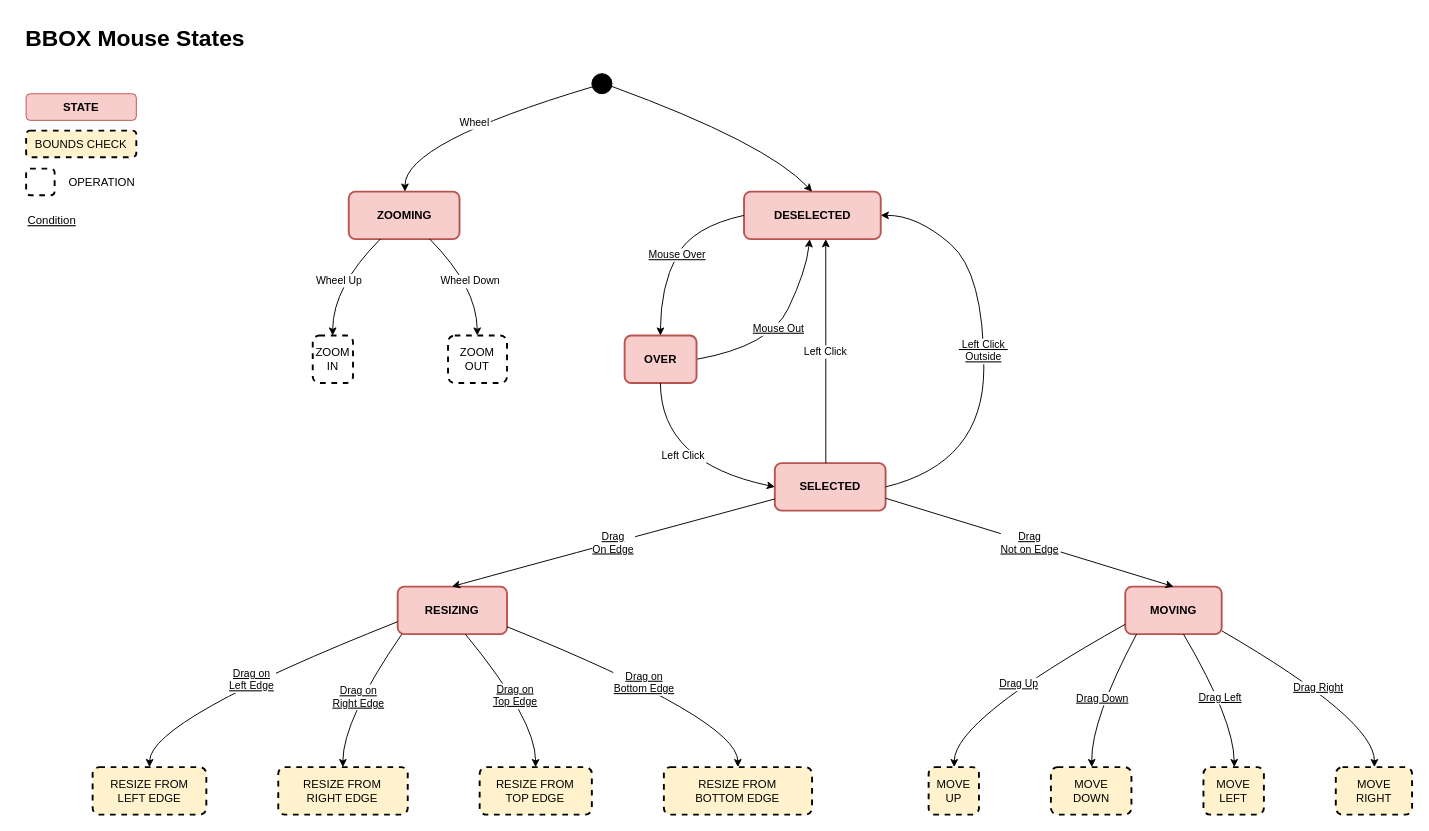
grymmjack/img2ans keeps this draw.io diagram as resources/notes/BBOX-state-diag-mouse.drawio. Above is the earlier version. Source tidied: cells renumbered, new cells numbered last; positions are measured from the earlier drawing's top-left corner, leaving out a move shared by most shapes. Both pictures are drawn from the tidied source at 95%, with x=0, y=0 at pixel (16, 16).
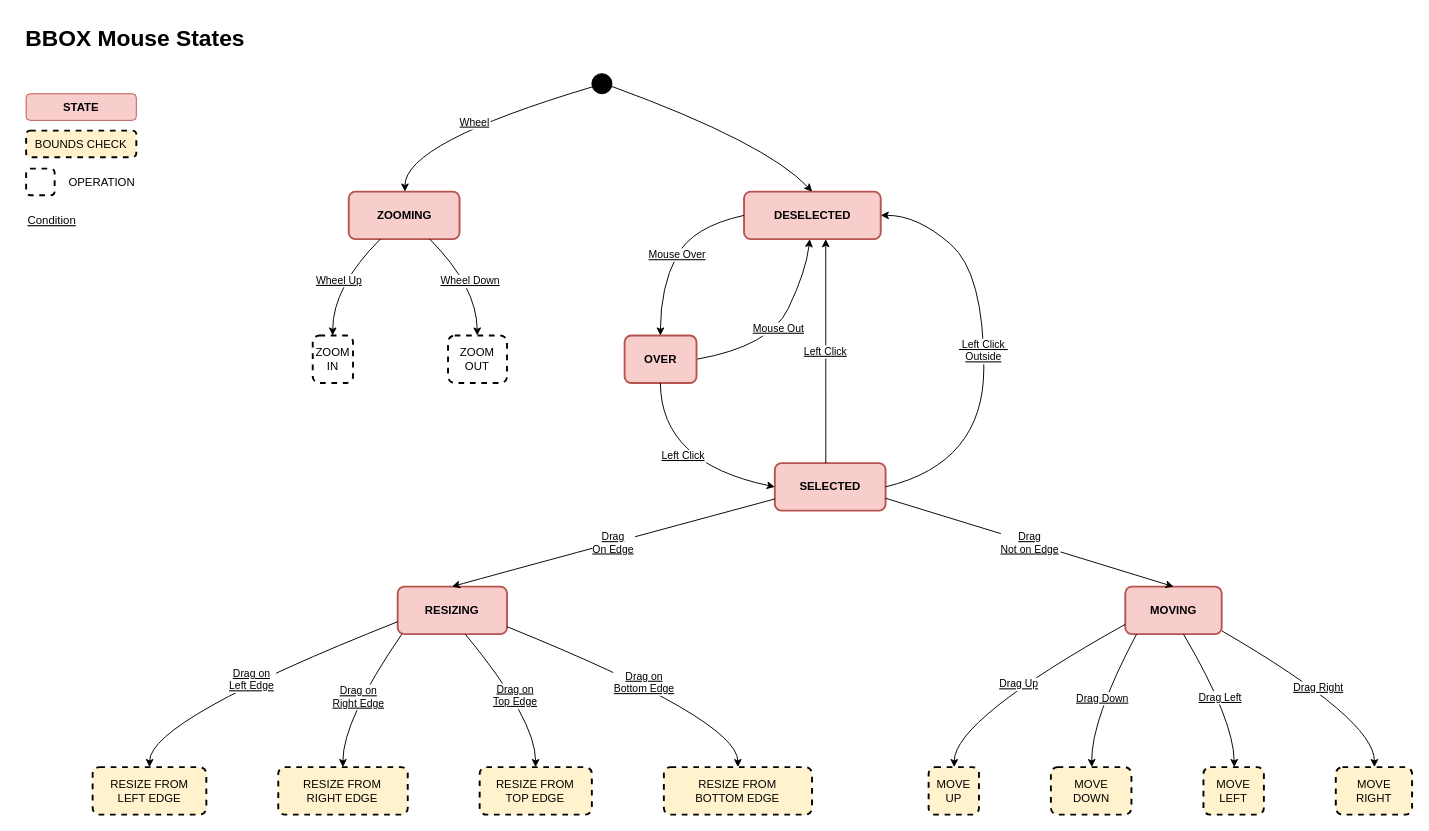
The same diagram, later.

Commit message:
Conditions added to BBOX Mouse States

The change refers to these unchanged cells:
```xml
<mxCell id="3" style="group;" parent="1" vertex="1">
  <mxGeometry x="80" y="60" width="1341.9" height="780" as="geometry" />
</mxCell>
<mxCell id="4" style="ellipse;fillColor=strokeColor;" parent="3" vertex="1">
  <mxGeometry x="525.5" width="21.2" height="21.2" as="geometry" />
</mxCell>
<mxCell id="5" value="ZOOMING" style="rounded=1;absoluteArcSize=1;arcSize=14;whiteSpace=wrap;strokeWidth=2;fillColor=#f8cecc;strokeColor=#b85450;fontStyle=1;" parent="3" vertex="1">
  <mxGeometry x="269.6" y="124.2" width="116.6" height="50" as="geometry" />
</mxCell>
<mxCell id="6" value="ZOOM&#10;IN" style="rounded=1;absoluteArcSize=1;arcSize=14;whiteSpace=wrap;strokeWidth=2;dashed=1;" parent="3" vertex="1">
  <mxGeometry x="231.7" y="275.7" width="42.4" height="50" as="geometry" />
</mxCell>
<mxCell id="7" value="ZOOM&#10;OUT" style="rounded=1;absoluteArcSize=1;arcSize=14;whiteSpace=wrap;strokeWidth=2;dashed=1;" parent="3" vertex="1">
  <mxGeometry x="374.1" y="275.7" width="62.1" height="50" as="geometry" />
</mxCell>
<mxCell id="8" value="DESELECTED" style="rounded=1;absoluteArcSize=1;arcSize=14;whiteSpace=wrap;strokeWidth=2;fillColor=#f8cecc;strokeColor=#b85450;fontStyle=1;" parent="3" vertex="1">
  <mxGeometry x="685.7" y="124.2" width="143.9" height="50" as="geometry" />
</mxCell>
<mxCell id="10" value="OVER" style="rounded=1;absoluteArcSize=1;arcSize=14;whiteSpace=wrap;strokeWidth=2;fillColor=#f8cecc;strokeColor=#b85450;fontStyle=1;" parent="3" vertex="1">
  <mxGeometry x="560" y="275.7" width="75.7" height="50" as="geometry" />
</mxCell>
<mxCell id="11" value="SELECTED" style="rounded=1;absoluteArcSize=1;arcSize=14;whiteSpace=wrap;strokeWidth=2;fillColor=#f8cecc;strokeColor=#b85450;fontStyle=1;" parent="3" vertex="1">
  <mxGeometry x="718.1" y="410" width="116.6" height="50" as="geometry" />
</mxCell>
```

The edit, as a diff of the source:
```diff
@@
-    <mxCell id="22" value="Wheel" style="curved=1;startArrow=none;exitX=0.03180803571428571;exitY=0.6783905095795782;entryX=0.5076552304354581;entryY=-0.012121200561523438;rounded=0;" parent="3" edge="1" source="4" target="5">
+    <mxCell id="22" value="Wheel" style="curved=1;startArrow=none;exitX=0.03180803571428571;exitY=0.6783905095795782;entryX=0.5076552304354581;entryY=-0.012121200561523438;rounded=0;fontStyle=4;" parent="3" edge="1" source="4" target="5">
       <mxGeometry relative="1" as="geometry">
         <Array as="points">
           <mxPoint x="328.7" y="72.7" />
         </Array>
       </mxGeometry>
     </mxCell>
-    <mxCell id="23" value="Wheel Up" style="curved=1;startArrow=none;exitX=0.29537273964029115;exitY=0.9757575410785098;entryX=0.4946009772164481;entryY=-0.006060629179983428;rounded=0;" parent="3" edge="1" source="5" target="6">
+    <mxCell id="23" value="Wheel Up" style="curved=1;startArrow=none;exitX=0.29537273964029115;exitY=0.9757575410785098;entryX=0.4946009772164481;entryY=-0.006060629179983428;rounded=0;fontStyle=4;" parent="3" edge="1" source="5" target="6">
       <mxGeometry relative="1" as="geometry">
         <Array as="points">
           <mxPoint x="252.9" y="224.2" />
         </Array>
       </mxGeometry>
     </mxCell>
-    <mxCell id="24" value="Wheel Down" style="curved=1;startArrow=none;exitX=0.719937721230625;exitY=0.9757575410785098;entryX=0.49585556402439024;entryY=-0.006060629179983428;rounded=0;" parent="3" edge="1" source="5" target="7">
+    <mxCell id="24" value="Wheel Down" style="curved=1;startArrow=none;exitX=0.719937721230625;exitY=0.9757575410785098;entryX=0.49585556402439024;entryY=-0.006060629179983428;rounded=0;fontStyle=4;" parent="3" edge="1" source="5" target="7">
       <mxGeometry relative="1" as="geometry">
         <Array as="points">
           <mxPoint x="404.4" y="224.2" />
         </Array>
       </mxGeometry>
     </mxCell>
@@
-    <mxCell id="27" value="Left Click" style="curved=1;startArrow=none;exitX=0.49747657775878906;exitY=0.9818181124600497;entryX=0;entryY=0.5;rounded=0;entryDx=0;entryDy=0;" parent="3" edge="1" source="10" target="11">
+    <mxCell id="27" value="Left Click" style="curved=1;startArrow=none;exitX=0.49747657775878906;exitY=0.9818181124600497;entryX=0;entryY=0.5;rounded=0;entryDx=0;entryDy=0;fontStyle=4;" parent="3" edge="1" source="10" target="11">
       <mxGeometry x="0.02" y="13" relative="1" as="geometry">
         <Array as="points">
           <mxPoint x="598.1" y="410" />
         </Array>
       </mxGeometry>
     </mxCell>
-    <mxCell id="28" value="Left Click" style="startArrow=none;exitX=0.46041069216728714;exitY=-5.779844341856061e-8;entryX=0.5929722454689262;entryY=0.9757575410785098;rounded=0;" parent="3" edge="1" source="11" target="8">
+    <mxCell id="28" value="Left Click" style="startArrow=none;exitX=0.46041069216728714;exitY=-5.779844341856061e-8;entryX=0.5929722454689262;entryY=0.9757575410785098;rounded=0;fontStyle=4;" parent="3" edge="1" source="11" target="8">
       <mxGeometry relative="1" as="geometry" />
     </mxCell>
```
